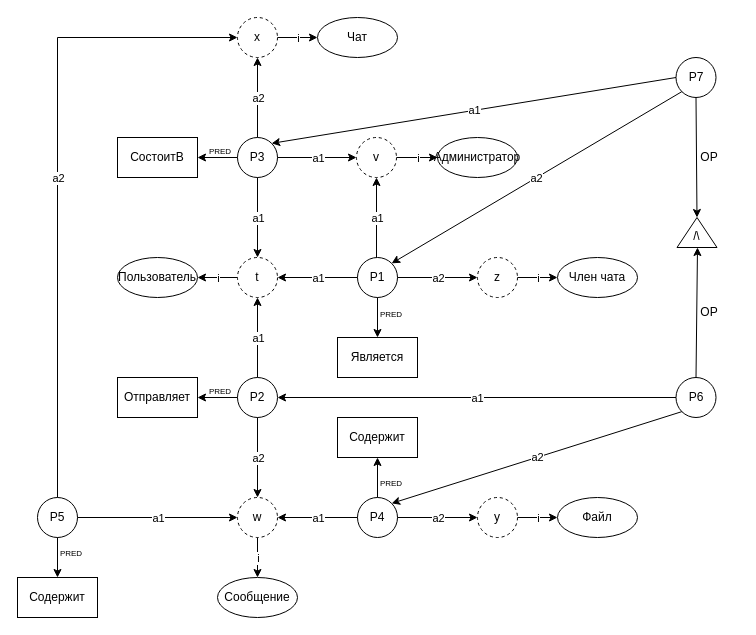
This is Сокращенная семантическая сеть.drawio from marsek4/database, a draw.io file, before an edit. Source tidied: cells renumbered, new cells numbered last; positions are measured from the earlier drawing's top-left corner, leaving out a move shared by most shapes. Both pictures are drawn from the tidied source at 100%, with x=0, y=0 at pixel (17, 17).
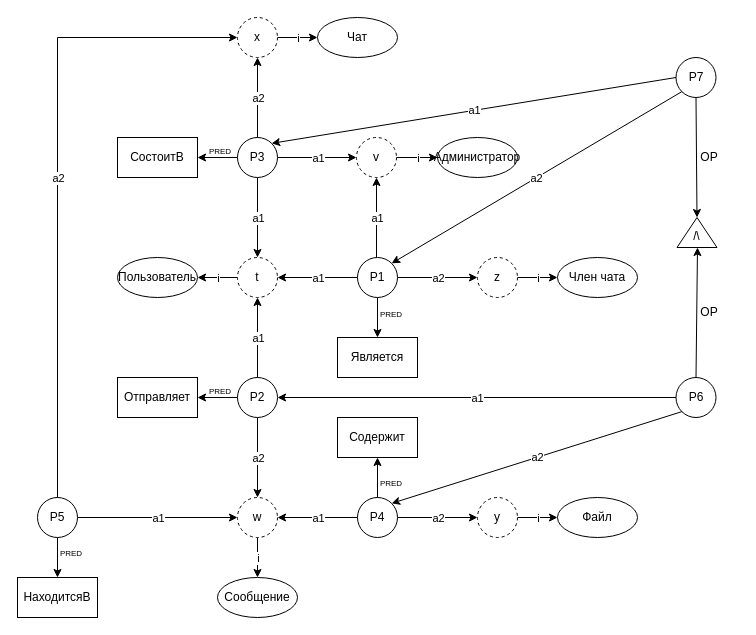
The same page after the edit.

Change to the diagram source:
```diff
@@
-    <mxCell id="86" value="Содержит" style="rounded=0;whiteSpace=wrap;html=1;" parent="1" vertex="1">
+    <mxCell id="86" value="НаходитсяВ" style="rounded=0;whiteSpace=wrap;html=1;" parent="1" vertex="1">
       <mxGeometry y="560" width="80" height="40" as="geometry" />
     </mxCell>
```
